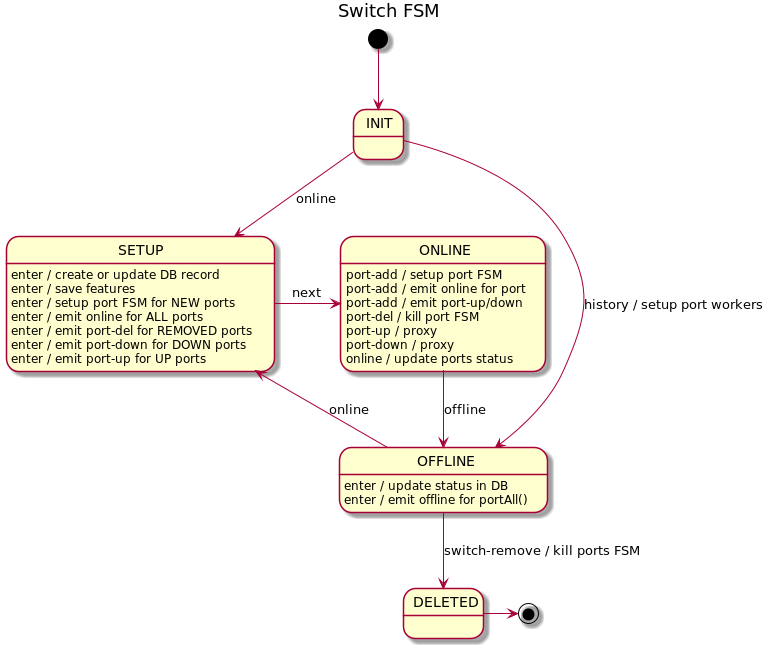
The PlantUML diagram docs/design/network-discovery/switch-FSM.png in telstra/open-kilda, before a commit.
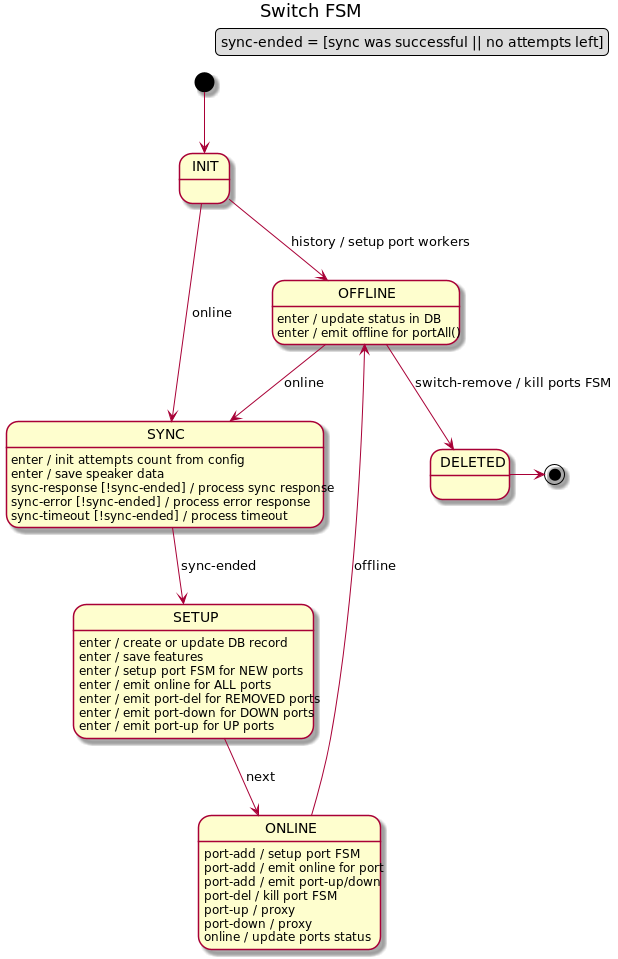
Above is the later version.

Diff of the diagram source:
```diff
@@ -1,10 +1,21 @@
 @startuml
 title Switch FSM
+
+legend top right
+    sync-ended = [sync was successful || no attempts left]
+endlegend
 
 [*] --> INIT
 
 INIT --> OFFLINE : history / setup port workers
-INIT --> SETUP : online
+INIT --> SYNC : online
+
+SYNC : enter / init attempts count from config
+SYNC : enter / save speaker data
+SYNC : sync-response [!sync-ended] / process sync response
+SYNC : sync-error [!sync-ended] / process error response
+SYNC : sync-timeout [!sync-ended] / process timeout
+SYNC --> SETUP : sync-ended
 
 SETUP : enter / create or update DB record
 SETUP : enter / save features
@@ -13,7 +24,7 @@
 SETUP : enter / emit port-del for REMOVED ports
 SETUP : enter / emit port-down for DOWN ports
 SETUP : enter / emit port-up for UP ports
-SETUP -r-> ONLINE : next
+SETUP --> ONLINE : next
 
 ONLINE : port-add / setup port FSM
 ONLINE : port-add / emit online for port
@@ -26,7 +37,7 @@
 
 OFFLINE : enter / update status in DB
 OFFLINE : enter / emit offline for portAll()
-OFFLINE --> SETUP : online
+OFFLINE --> SYNC : online
 OFFLINE --> DELETED: switch-remove / kill ports FSM
 DELETED -> [*]
 
```
